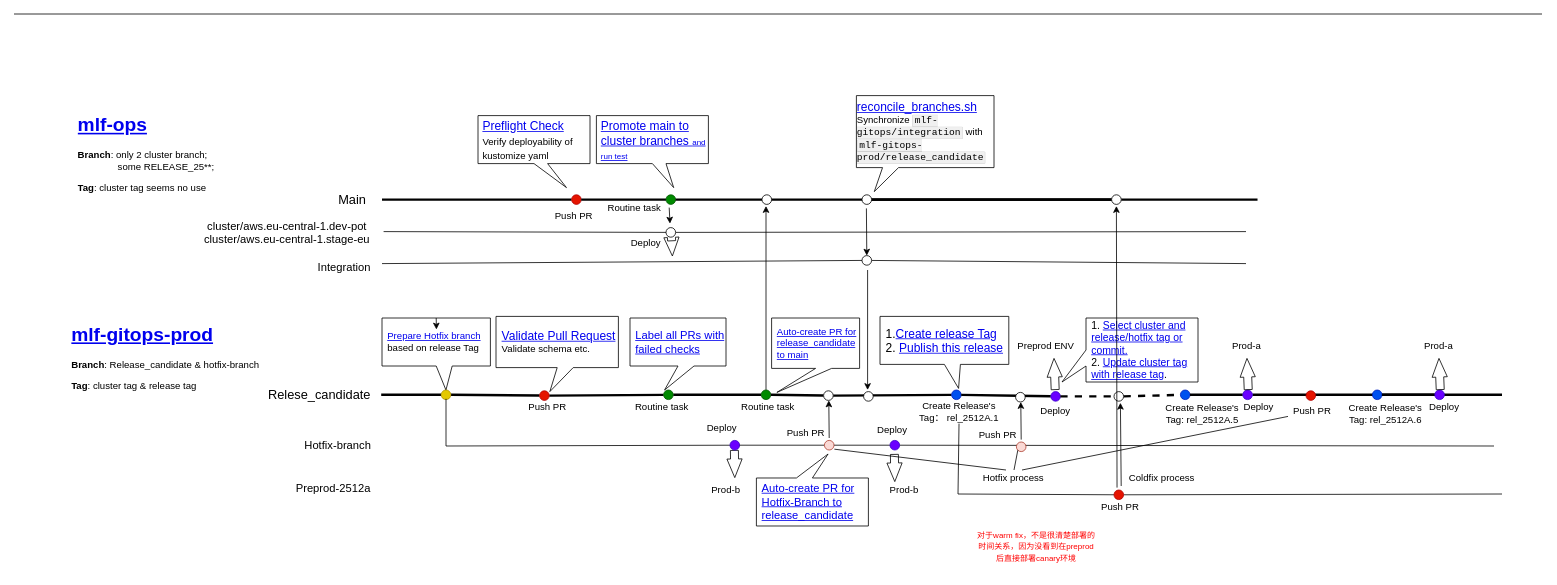
Before: Drawio/AI Core release process.drawio in polark-bit/StudyGit, a draw.io diagram. Source tidied: cells renumbered, new cells numbered last; positions are measured from the earlier drawing's top-left corner, leaving out a move shared by most shapes. Both pictures are drawn from the tidied source at 80%, with x=0, y=0 at pixel (14, 14).
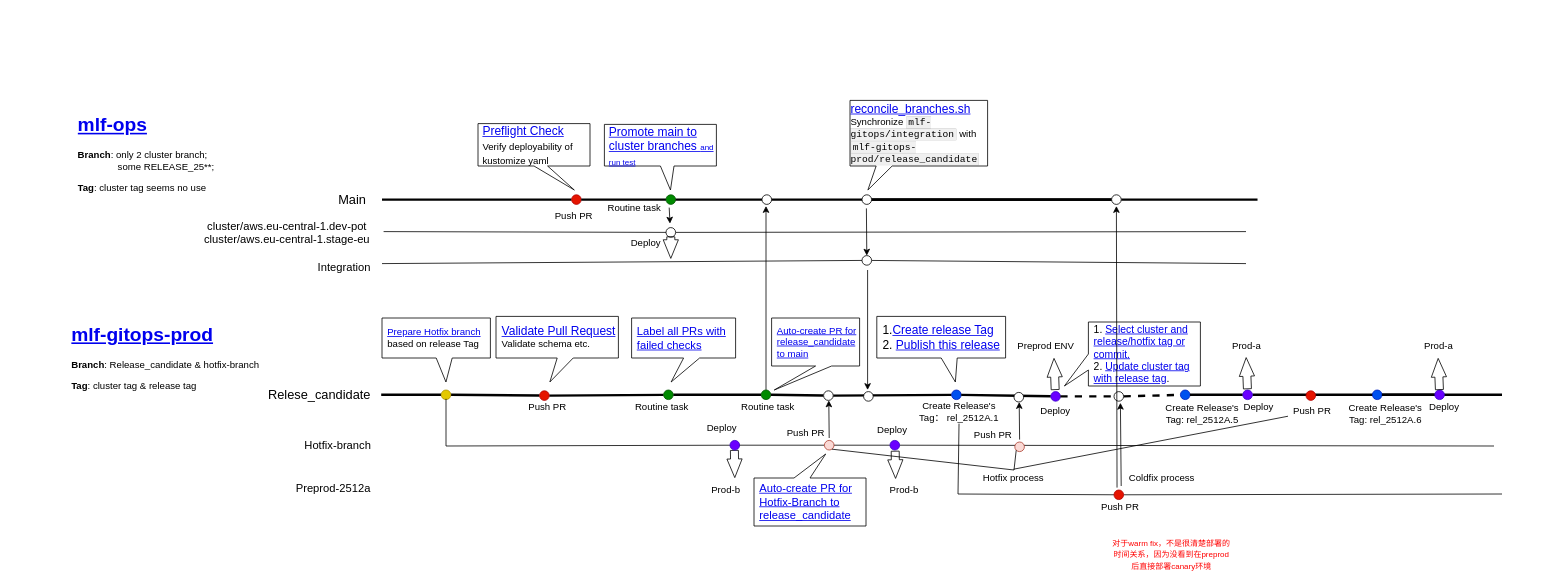
After the change.

Unchanged cells that the change refers to:
```xml
<mxCell id="74" value="Push PR" style="text;html=1;whiteSpace=wrap;strokeColor=none;fillColor=none;align=center;verticalAlign=middle;rounded=0;" parent="1" vertex="1">
  <mxGeometry x="1592.5" y="482" width="60" height="30" as="geometry" />
</mxCell>
```

Diff of the diagram source:
```diff
@@
-    <mxCell id="2" style="endArrow=none;html=1;rounded=0;" parent="1" edge="1">
-      <mxGeometry relative="1" as="geometry">
-        <mxPoint as="sourcePoint" />
-        <mxPoint x="1910" as="targetPoint" />
-      </mxGeometry>
-    </mxCell>
@@
-    <mxCell id="8" value="&lt;div style=&quot;text-align: left;&quot;&gt;&lt;a href=&quot;https://github.tools.sap/MLF/mlf-gitops/actions/workflows/preflight-checks.yaml&quot; style=&quot;background-color: transparent;&quot;&gt;Preflight Check&lt;/a&gt;&lt;/div&gt;&lt;div style=&quot;text-align: left;&quot;&gt;&lt;font style=&quot;font-size: 12px;&quot;&gt;Verify deployability of kustomize yaml&lt;/font&gt;&lt;/div&gt;" style="shape=callout;whiteSpace=wrap;html=1;perimeter=calloutPerimeter;position2=0.79;strokeWidth=1;fontSize=15;spacingTop=1;spacingLeft=5;base=17;" parent="1" vertex="1">
-      <mxGeometry x="580" y="127" width="140" height="90" as="geometry" />
+    <mxCell id="8" value="&lt;div style=&quot;text-align: left;&quot;&gt;&lt;a href=&quot;https://github.tools.sap/MLF/mlf-gitops/actions/workflows/preflight-checks.yaml&quot; style=&quot;background-color: transparent;&quot;&gt;Preflight Check&lt;/a&gt;&lt;/div&gt;&lt;div style=&quot;text-align: left;&quot;&gt;&lt;font style=&quot;font-size: 12px;&quot;&gt;Verify deployability of kustomize yaml&lt;/font&gt;&lt;/div&gt;" style="shape=callout;whiteSpace=wrap;html=1;perimeter=calloutPerimeter;position2=0.86;strokeWidth=1;fontSize=15;spacingTop=1;spacingLeft=5;base=17;" parent="1" vertex="1">
+      <mxGeometry x="580" y="137" width="140" height="83" as="geometry" />
     </mxCell>
@@
-    <mxCell id="16" value="&lt;div style=&quot;text-align: left;&quot;&gt;&lt;span style=&quot;background-color: transparent; text-align: center;&quot;&gt;&lt;a href=&quot;https://github.tools.sap/MLF/mlf-gitops/blob/main/.github/workflows/promote-main-to-cluster-branches.yaml&quot;&gt;Promote main to cluster branches &lt;font size=&quot;1&quot;&gt;and run test&lt;/font&gt;&lt;/a&gt;&lt;/span&gt;&lt;/div&gt;" style="shape=callout;whiteSpace=wrap;html=1;perimeter=calloutPerimeter;position2=0.69;strokeWidth=1;fontSize=15;spacingTop=1;spacingLeft=5;base=17;" parent="1" vertex="1">
-      <mxGeometry x="728" y="127" width="140" height="90" as="geometry" />
+    <mxCell id="16" value="&lt;div style=&quot;text-align: left;&quot;&gt;&lt;span style=&quot;background-color: transparent; text-align: center;&quot;&gt;&lt;a href=&quot;https://github.tools.sap/MLF/mlf-gitops/blob/main/.github/workflows/promote-main-to-cluster-branches.yaml&quot;&gt;Promote main to cluster branches &lt;font size=&quot;1&quot;&gt;and run test&lt;/font&gt;&lt;/a&gt;&lt;/span&gt;&lt;/div&gt;" style="shape=callout;whiteSpace=wrap;html=1;perimeter=calloutPerimeter;position2=0.59;strokeWidth=1;fontSize=15;spacingTop=1;spacingLeft=5;base=17;" parent="1" vertex="1">
+      <mxGeometry x="738" y="138" width="140" height="82" as="geometry" />
     </mxCell>
@@
     <mxCell id="29" value="&lt;div class=&quot;lake-content&quot; style=&quot;text-align: left;&quot;&gt;&lt;span class=&quot;ne-text&quot;&gt;&lt;font style=&quot;font-size: 15px;&quot;&gt;&lt;div class=&quot;lake-content&quot; style=&quot;&quot;&gt;&lt;a href=&quot;https://github.tools.sap/MLF/mlf-gitops/blob/main/docs/release_process_and_branch_setup.md#branch-reconciliation-and-synchronization&quot; target=&quot;_blank&quot; class=&quot;ne-link&quot; style=&quot;&quot;&gt;&lt;span class=&quot;ne-text&quot; style=&quot;&quot;&gt;reconcile_branches.sh&lt;/span&gt;&lt;/a&gt;&lt;/div&gt;&lt;/font&gt;&lt;/span&gt;&lt;/div&gt;&lt;div class=&quot;lake-content&quot; style=&quot;text-align: left;&quot;&gt;&lt;span class=&quot;ne-text&quot;&gt;Synchronize &lt;/span&gt;&lt;code class=&quot;ne-code&quot; style=&quot;font-family: SFMono-Regular, Consolas, &amp;quot;Liberation Mono&amp;quot;, Menlo, Courier, monospace; background-color: rgba(0, 0, 0, 0.06); border: 1px solid rgba(0, 0, 0, 0.08); border-radius: 2px; padding: 0px 2px;&quot;&gt;&lt;span class=&quot;ne-text&quot;&gt;mlf-gitops/integration&lt;/span&gt;&lt;/code&gt;&lt;span class=&quot;ne-text&quot;&gt; with &lt;/span&gt;&lt;code class=&quot;ne-code&quot; style=&quot;font-family: SFMono-Regular, Consolas, &amp;quot;Liberation Mono&amp;quot;, Menlo, Courier, monospace; background-color: rgba(0, 0, 0, 0.06); border: 1px solid rgba(0, 0, 0, 0.08); border-radius: 2px; padding: 0px 2px;&quot;&gt;&lt;span class=&quot;ne-text&quot;&gt;mlf-gitops-prod/release_candidate&lt;/span&gt;&lt;/code&gt;&lt;/div&gt;" style="shape=callout;whiteSpace=wrap;html=1;perimeter=calloutPerimeter;size=30;position=0.19;position2=0.13;" parent="1" vertex="1">
-      <mxGeometry x="1053" y="102" width="172" height="120" as="geometry" />
+      <mxGeometry x="1045" y="108" width="172" height="112" as="geometry" />
     </mxCell>
@@
-    <mxCell id="34" value="&lt;font&gt;&lt;a href=&quot;https://github.tools.sap/MLF-prod/mlf-gitops-prod/blob/release_candidate/.github/workflows/auto-reconcile-main.yaml&quot; style=&quot;&quot;&gt;Auto-create PR for release_candidate to main&lt;/a&gt;&lt;/font&gt;" style="shape=callout;whiteSpace=wrap;html=1;perimeter=calloutPerimeter;strokeColor=default;align=left;verticalAlign=middle;fontFamily=Helvetica;fontSize=12;fontColor=default;fillColor=default;direction=east;position2=0.06;spacingLeft=5;" parent="1" vertex="1">
-      <mxGeometry x="947" y="380" width="110" height="93" as="geometry" />
+    <mxCell id="34" value="&lt;font&gt;&lt;a href=&quot;https://github.tools.sap/MLF-prod/mlf-gitops-prod/blob/release_candidate/.github/workflows/auto-reconcile-main.yaml&quot; style=&quot;&quot;&gt;Auto-create PR for release_candidate to main&lt;/a&gt;&lt;/font&gt;" style="shape=callout;whiteSpace=wrap;html=1;perimeter=calloutPerimeter;strokeColor=default;align=left;verticalAlign=middle;fontFamily=Helvetica;fontSize=12;fontColor=default;fillColor=default;direction=east;position2=0.03;spacingLeft=5;" parent="1" vertex="1">
+      <mxGeometry x="947" y="380" width="110" height="90" as="geometry" />
     </mxCell>
@@
     <mxCell id="36" value="&lt;span style=&quot;font-size: 15px;&quot;&gt;&lt;a href=&quot;https://github.tools.sap/MLF-prod/mlf-gitops-prod/blob/release_candidate/.github/workflows/lints.yaml&quot;&gt;Validate Pull Request&lt;/a&gt;&lt;/span&gt;&lt;div&gt;Validate schema etc.&lt;/div&gt;" style="shape=callout;whiteSpace=wrap;html=1;perimeter=calloutPerimeter;strokeColor=default;align=left;verticalAlign=middle;fontFamily=Helvetica;fontSize=12;fontColor=default;fillColor=default;direction=east;position2=0.44;spacingLeft=5;" parent="1" vertex="1">
-      <mxGeometry x="602.5" y="378" width="153" height="94" as="geometry" />
+      <mxGeometry x="602.5" y="378" width="153" height="82" as="geometry" />
     </mxCell>
-    <mxCell id="37" value="&lt;a href=&quot;https://github.tools.sap/MLF-prod/mlf-gitops-prod/blob/release_candidate/.github/workflows/nightly-validation-labeller.yaml&quot; style=&quot;&quot;&gt;&lt;font style=&quot;font-size: 14px;&quot;&gt;Label all PRs with failed checks&lt;/font&gt;&lt;/a&gt;" style="shape=callout;whiteSpace=wrap;html=1;perimeter=calloutPerimeter;strokeColor=default;align=left;verticalAlign=middle;fontFamily=Helvetica;fontSize=12;fontColor=default;fillColor=default;direction=east;position2=0.36;spacingLeft=5;" parent="1" vertex="1">
-      <mxGeometry x="770" y="380" width="120" height="90" as="geometry" />
+    <mxCell id="37" value="&lt;a href=&quot;https://github.tools.sap/MLF-prod/mlf-gitops-prod/blob/release_candidate/.github/workflows/nightly-validation-labeller.yaml&quot; style=&quot;&quot;&gt;&lt;font style=&quot;font-size: 14px;&quot;&gt;Label all PRs with failed checks&lt;/font&gt;&lt;/a&gt;" style="shape=callout;whiteSpace=wrap;html=1;perimeter=calloutPerimeter;strokeColor=default;align=left;verticalAlign=middle;fontFamily=Helvetica;fontSize=12;fontColor=default;fillColor=default;direction=east;position2=0.38;spacingLeft=5;" parent="1" vertex="1">
+      <mxGeometry x="772" y="380" width="130" height="80" as="geometry" />
     </mxCell>
@@
     <mxCell id="48" value="&lt;font&gt;&lt;a href=&quot;https://github.tools.sap/MLF-prod/mlf-gitops-prod/blob/release_candidate/.github/workflows/hotfix.yaml&quot; style=&quot;&quot;&gt;Prepare Hotfix branch&lt;/a&gt;&amp;nbsp;&lt;/font&gt;&lt;div&gt;&lt;font&gt;based on release Tag&lt;/font&gt;&lt;/div&gt;" style="shape=callout;whiteSpace=wrap;html=1;perimeter=calloutPerimeter;strokeColor=default;align=left;verticalAlign=middle;fontFamily=Helvetica;fontSize=12;fontColor=default;fillColor=default;direction=east;position2=0.59;spacingLeft=5;" parent="1" vertex="1">
-      <mxGeometry x="460" y="380" width="135.5" height="90" as="geometry" />
+      <mxGeometry x="460" y="380" width="135.5" height="80" as="geometry" />
     </mxCell>
@@
     <mxCell id="54" value="&lt;span style=&quot;font-size: 15px;&quot;&gt;1.&lt;a href=&quot;https://github.tools.sap/MLF-prod/mlf-gitops-prod/blob/release_candidate/.github/workflows/tag.yaml&quot;&gt;Create release Tag&lt;/a&gt;&amp;nbsp;&lt;/span&gt;&lt;div&gt;&lt;span style=&quot;font-size: 15px;&quot;&gt;2. &lt;a href=&quot;https://github.tools.sap/MLF-prod/mlf-gitops-prod/blob/release_candidate/.github/workflows/release.yaml&quot;&gt;Publish this release&lt;/a&gt;&lt;/span&gt;&lt;/div&gt;" style="shape=callout;whiteSpace=wrap;html=1;perimeter=calloutPerimeter;strokeColor=default;align=left;verticalAlign=middle;fontFamily=Helvetica;fontSize=12;fontColor=default;fillColor=default;direction=east;position2=0.61;spacingLeft=5;" parent="1" vertex="1">
-      <mxGeometry x="1082.5" y="378" width="161" height="90" as="geometry" />
+      <mxGeometry x="1078.5" y="378" width="161" height="82" as="geometry" />
     </mxCell>
@@
     <mxCell id="62" value="&lt;font style=&quot;font-size: 13px;&quot;&gt;1. &lt;a href=&quot;https://github.tools.sap/MLF-prod/mlf-gitops-prod/actions/runs/22360340/workflow&quot;&gt;Select cluster and release/hotfix tag&amp;nbsp;or commit.&lt;/a&gt;&lt;/font&gt;&lt;div&gt;&lt;font style=&quot;font-size: 13px;&quot;&gt;2. &lt;a href=&quot;https://github.tools.sap/MLF-prod/mlf-gitops-prod/actions/workflows/update-targets.yaml&quot;&gt;Update cluster tag with release tag&lt;/a&gt;.&lt;/font&gt;&lt;/div&gt;" style="shape=callout;whiteSpace=wrap;html=1;perimeter=calloutPerimeter;strokeColor=default;align=left;verticalAlign=middle;fontFamily=Helvetica;fontSize=12;fontColor=default;fillColor=default;direction=south;position2=1;spacingLeft=5;" parent="1" vertex="1">
-      <mxGeometry x="1310" y="380" width="170" height="80" as="geometry" />
+      <mxGeometry x="1313" y="385" width="170" height="80" as="geometry" />
     </mxCell>
@@
     <mxCell id="66" style="shape=flexArrow;endArrow=classic;html=1;rounded=0;fontFamily=Helvetica;fontSize=12;fontColor=default;endWidth=8;endSize=7.43;" parent="1" edge="1">
       <mxGeometry relative="1" as="geometry">
-        <mxPoint x="1542.8" y="470" as="sourcePoint" />
-        <mxPoint x="1541.2" y="430" as="targetPoint" />
+        <mxPoint x="1541.8" y="469" as="sourcePoint" />
+        <mxPoint x="1540.2" y="429" as="targetPoint" />
       </mxGeometry>
     </mxCell>
@@
     <mxCell id="78" style="shape=flexArrow;endArrow=classic;html=1;rounded=0;fontFamily=Helvetica;fontSize=12;fontColor=default;endWidth=8;endSize=7.43;" parent="1" edge="1">
       <mxGeometry relative="1" as="geometry">
-        <mxPoint x="1782.8" y="470" as="sourcePoint" />
-        <mxPoint x="1781.2" y="430" as="targetPoint" />
+        <mxPoint x="1781.8" y="470" as="sourcePoint" />
+        <mxPoint x="1780.2" y="430" as="targetPoint" />
       </mxGeometry>
     </mxCell>
@@
     <mxCell id="89" style="shape=flexArrow;endArrow=classic;html=1;rounded=0;fontFamily=Helvetica;fontSize=12;fontColor=default;endWidth=8;endSize=7.43;" parent="1" edge="1">
       <mxGeometry relative="1" as="geometry">
-        <mxPoint x="1100.5" y="550" as="sourcePoint" />
-        <mxPoint x="1101" y="585" as="targetPoint" />
+        <mxPoint x="1101.5" y="546" as="sourcePoint" />
+        <mxPoint x="1102" y="581" as="targetPoint" />
       </mxGeometry>
     </mxCell>
@@
-    <mxCell id="91" style="edgeStyle=orthogonalEdgeStyle;rounded=0;orthogonalLoop=1;jettySize=auto;html=1;exitX=0.5;exitY=0;exitDx=0;exitDy=0;exitPerimeter=0;entryX=0.502;entryY=0.16;entryDx=0;entryDy=0;entryPerimeter=0;fontFamily=Helvetica;fontSize=12;fontColor=default;" parent="1" edge="1" source="48" target="48">
-      <mxGeometry relative="1" as="geometry" />
-    </mxCell>
@@
     <mxCell id="97" value="&lt;span style=&quot;font-size: 14px;&quot;&gt;&lt;a href=&quot;https://github.tools.sap/MLF-prod/mlf-gitops-prod/blob/release_candidate/.github/workflows/auto-reconcile-hotfix.yaml&quot;&gt;Auto-create PR for Hotfix-Branch to release_candidate&lt;/a&gt;&lt;/span&gt;" style="shape=callout;whiteSpace=wrap;html=1;perimeter=calloutPerimeter;strokeColor=default;align=left;verticalAlign=middle;fontFamily=Helvetica;fontSize=12;fontColor=default;fillColor=default;direction=west;position2=0.36;spacingLeft=5;" parent="1" vertex="1">
-      <mxGeometry x="928" y="550" width="140" height="90" as="geometry" />
+      <mxGeometry x="925" y="550" width="140" height="90" as="geometry" />
     </mxCell>
     <mxCell id="98" value="Push PR" style="text;html=1;whiteSpace=wrap;strokeColor=none;fillColor=none;align=center;verticalAlign=middle;rounded=0;" parent="1" vertex="1">
-      <mxGeometry x="1200" y="511" width="60" height="30" as="geometry" />
+      <mxGeometry x="1194" y="511" width="60" height="30" as="geometry" />
     </mxCell>
     <mxCell id="99" style="ellipse;whiteSpace=wrap;html=1;fillColor=#fad9d5;strokeColor=#ae4132;" parent="1" vertex="1">
-      <mxGeometry x="1253" y="535" width="12" height="12" as="geometry" />
+      <mxGeometry x="1251" y="535" width="12" height="12" as="geometry" />
     </mxCell>
     <mxCell id="100" style="ellipse;whiteSpace=wrap;html=1;" parent="1" vertex="1">
-      <mxGeometry x="1252" y="473" width="12" height="12" as="geometry" />
+      <mxGeometry x="1250" y="473" width="12" height="12" as="geometry" />
     </mxCell>
     <mxCell id="101" style="endArrow=classic;html=1;rounded=0;" parent="1" edge="1">
       <mxGeometry relative="1" as="geometry">
-        <mxPoint x="1259" y="532" as="sourcePoint" />
-        <mxPoint x="1258.5" y="485" as="targetPoint" />
+        <mxPoint x="1257" y="532" as="sourcePoint" />
+        <mxPoint x="1256.5" y="485" as="targetPoint" />
       </mxGeometry>
     </mxCell>
@@
-    <mxCell id="103" style="shape=flexArrow;endArrow=classic;html=1;rounded=0;fontFamily=Helvetica;fontSize=12;fontColor=default;endWidth=8;endSize=7.43;" parent="1" edge="1">
-      <mxGeometry relative="1" as="geometry">
-        <mxPoint x="822" y="283" as="sourcePoint" />
-        <mxPoint x="823" y="303" as="targetPoint" />
-      </mxGeometry>
-    </mxCell>
@@
     <mxCell id="114" value="&lt;font style=&quot;color: light-dark(rgb(255, 0, 0), rgb(255, 0, 0));&quot;&gt;&lt;span style=&quot;font-size: 10px;&quot;&gt;对于warm fix，不是很清楚部署的时间关系，因为没看到在preprod后直接部署canary环境&lt;/span&gt;&lt;/font&gt;" style="text;html=1;whiteSpace=wrap;strokeColor=none;fillColor=none;align=center;verticalAlign=middle;rounded=0;fontFamily=Helvetica;fontSize=12;fontColor=default;" parent="1" vertex="1">
-      <mxGeometry x="1203" y="650" width="150" height="30" as="geometry" />
+      <mxGeometry x="1372" y="660" width="150" height="30" as="geometry" />
     </mxCell>
@@
-    <mxCell id="119" style="endArrow=none;html=1;rounded=0;" parent="1" edge="1" target="74">
+    <mxCell id="119" style="endArrow=none;html=1;rounded=0;exitX=0.5;exitY=0;exitDx=0;exitDy=0;" parent="1" edge="1" target="74">
       <mxGeometry relative="1" as="geometry">
-        <mxPoint x="1260" y="570" as="sourcePoint" />
+        <mxPoint x="1249.5" y="569" as="sourcePoint" />
       </mxGeometry>
     </mxCell>
@@
     <mxCell id="121" style="endArrow=none;html=1;rounded=0;entryX=0.304;entryY=1.067;entryDx=0;entryDy=0;entryPerimeter=0;" parent="1" edge="1" target="97">
       <mxGeometry relative="1" as="geometry">
-        <mxPoint x="1240" y="570" as="sourcePoint" />
+        <mxPoint x="1250" y="570" as="sourcePoint" />
       </mxGeometry>
     </mxCell>
@@
+    <mxCell id="124" style="shape=flexArrow;endArrow=classic;html=1;rounded=0;fontFamily=Helvetica;fontSize=12;fontColor=default;endWidth=8;endSize=7.43;" parent="1" edge="1">
+      <mxGeometry relative="1" as="geometry">
+        <mxPoint x="821" y="278" as="sourcePoint" />
+        <mxPoint x="821" y="306" as="targetPoint" />
+      </mxGeometry>
+    </mxCell>
```
